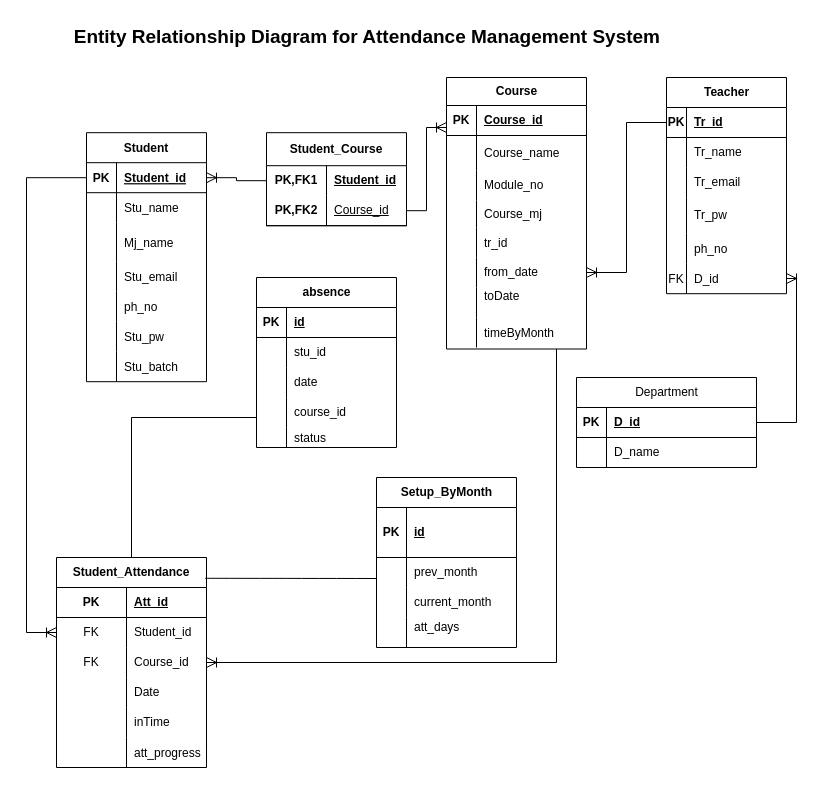
Before: ER.drawio in KhunMaungNgwee/InternShipProject, a draw.io diagram. Source tidied: cells renumbered, new cells numbered last; positions are measured from the earlier drawing's top-left corner, leaving out a move shared by most shapes. Both pictures are drawn from the tidied source at 100%, with x=0, y=0 at pixel (26, 17).
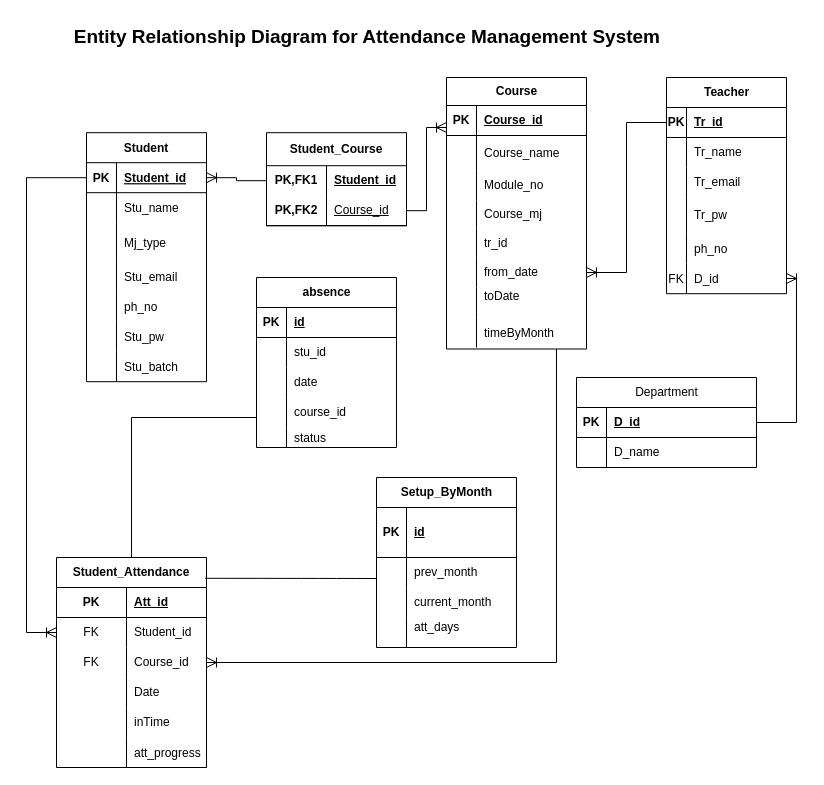
Above is the later version.

The change refers to these unchanged cells:
```xml
<mxCell id="9" style="shape=tableRow;horizontal=0;startSize=0;swimlaneHead=0;swimlaneBody=0;fillColor=none;top=0;left=0;right=0;bottom=0;" parent="2" vertex="1">
  <mxGeometry y="90" width="120" height="39" as="geometry" />
</mxCell>
```

What changed in the source:
```diff
@@
-    <mxCell id="11" value="Mj_name " style="shape=partialRectangle;fillColor=none;top=0;left=0;bottom=0;right=0;align=left;spacingLeft=6;overflow=hidden;" parent="9" vertex="1">
+    <mxCell id="11" value="Mj_type " style="shape=partialRectangle;fillColor=none;top=0;left=0;bottom=0;right=0;align=left;spacingLeft=6;overflow=hidden;" parent="9" vertex="1">
       <mxGeometry x="30" width="90" height="39" as="geometry" />
     </mxCell>
```
